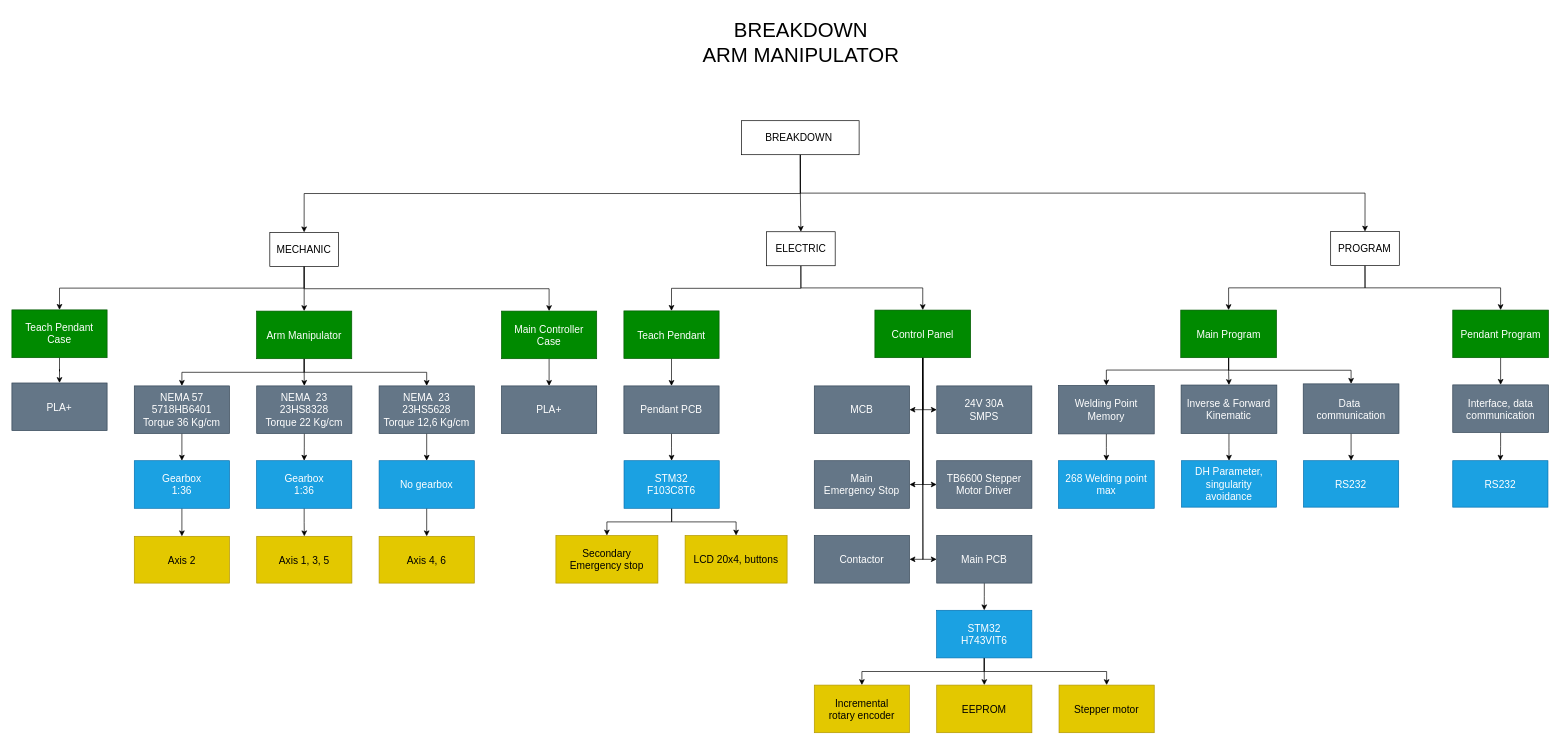
Before: Breakdown/Breakdown Arm Manipulator.drawio in AlfonsusGiovanni/Welding-Arm-Manipulator, a draw.io diagram. Source tidied: cells renumbered, new cells numbered last; positions are measured from the earlier drawing's top-left corner, leaving out a move shared by most shapes. Both pictures are drawn from the tidied source at 68%, with x=0, y=0 at pixel (12, 12).
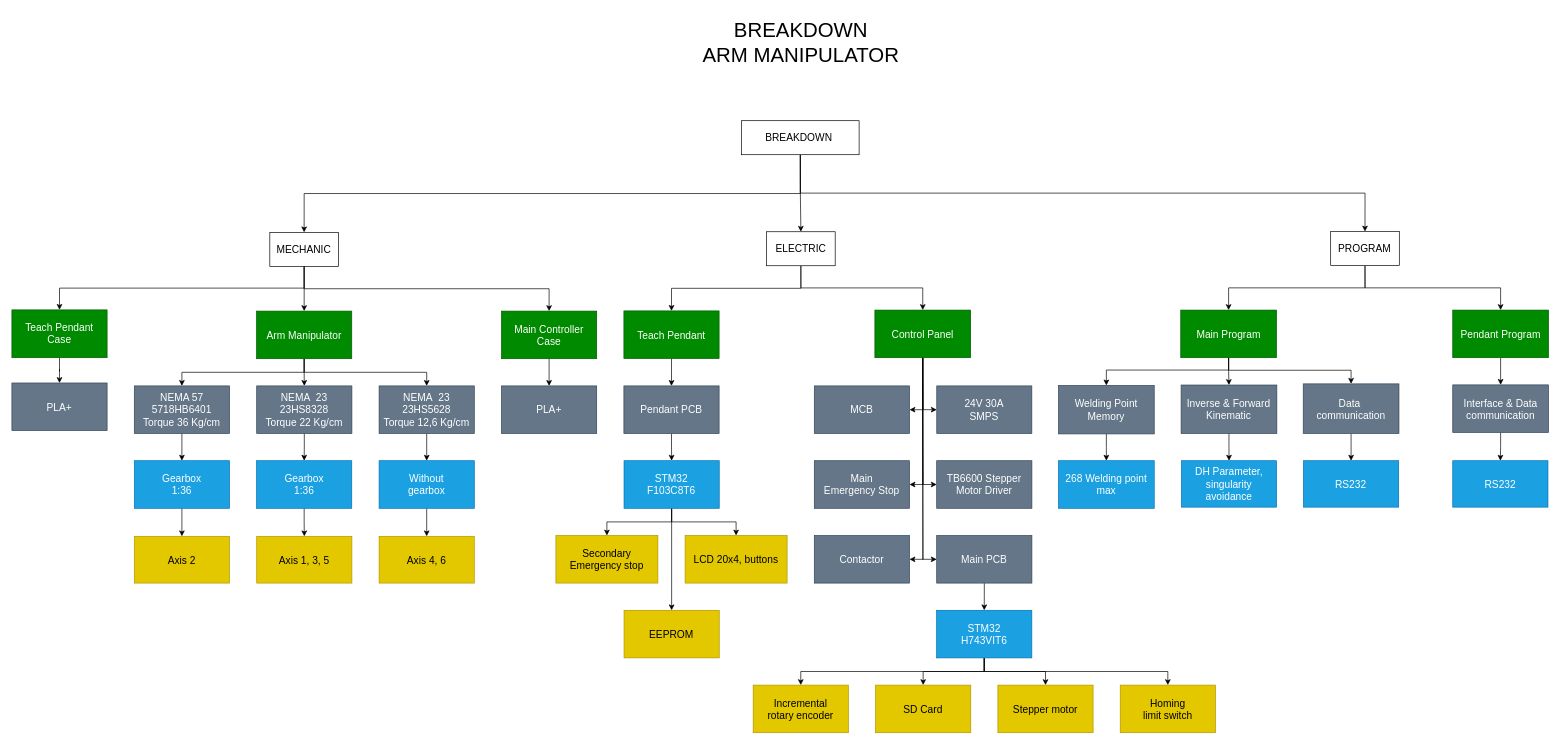
Above is the later version.

Unchanged cells that the change refers to:
```xml
<mxCell id="27" value="&lt;div style=&quot;font-size: 15px;&quot;&gt;STM32&lt;/div&gt;&lt;div style=&quot;font-size: 15px;&quot;&gt;F103C8T6&lt;/div&gt;" style="rounded=0;whiteSpace=wrap;html=1;fontSize=15;fillColor=#1ba1e2;fontColor=#ffffff;strokeColor=#006EAF;" parent="1" vertex="1">
  <mxGeometry x="900.2" y="660" width="140" height="70" as="geometry" />
</mxCell>
<mxCell id="39" value="&lt;div style=&quot;font-size: 15px;&quot;&gt;&lt;div&gt;STM32&lt;/div&gt;&lt;div&gt;H743VIT6&lt;/div&gt;&lt;/div&gt;" style="rounded=0;whiteSpace=wrap;html=1;fontSize=15;fillColor=#1ba1e2;fontColor=#ffffff;strokeColor=#006EAF;" parent="1" vertex="1">
  <mxGeometry x="1359.9" y="880" width="140" height="70" as="geometry" />
</mxCell>
```

The edit, as a diff of the source:
```diff
@@
+    <mxCell id="90" style="edgeStyle=orthogonalEdgeStyle;rounded=0;jettySize=auto;html=1;exitX=0.5;exitY=1;exitDx=0;exitDy=0;entryX=0.5;entryY=0;entryDx=0;entryDy=0;" parent="1" edge="1" source="27" target="92">
+      <mxGeometry relative="1" as="geometry" />
+    </mxCell>
@@
+    <mxCell id="91" style="edgeStyle=orthogonalEdgeStyle;rounded=0;jettySize=auto;html=1;exitX=0.5;exitY=1;exitDx=0;exitDy=0;entryX=0.5;entryY=0;entryDx=0;entryDy=0;" parent="1" edge="1" source="39" target="93">
+      <mxGeometry relative="1" as="geometry" />
+    </mxCell>
@@
-    <mxCell id="46" value="Interface, data communication" style="rounded=0;whiteSpace=wrap;html=1;fontSize=15;fillColor=#647687;fontColor=#ffffff;strokeColor=#314354;" parent="1" vertex="1">
+    <mxCell id="46" value="Interface &amp;amp;&amp;nbsp;&lt;span style=&quot;background-color: initial;&quot;&gt;Data communication&lt;/span&gt;" style="rounded=0;whiteSpace=wrap;html=1;fontSize=15;fillColor=#647687;fontColor=#ffffff;strokeColor=#314354;" parent="1" vertex="1">
       <mxGeometry x="2118.9" y="548.5" width="140.8" height="70" as="geometry" />
     </mxCell>
@@
     <mxCell id="58" value="&lt;div style=&quot;font-size: 15px;&quot;&gt;&lt;div&gt;Incremental&lt;/div&gt;&lt;div&gt;rotary e&lt;span style=&quot;background-color: initial;&quot;&gt;ncoder&lt;/span&gt;&lt;/div&gt;&lt;/div&gt;" style="rounded=0;whiteSpace=wrap;html=1;fontSize=15;fillColor=#e3c800;fontColor=#000000;strokeColor=#B09500;" parent="1" vertex="1">
-      <mxGeometry x="1180" y="990" width="140" height="70" as="geometry" />
+      <mxGeometry x="1090.1" y="990" width="140" height="70" as="geometry" />
     </mxCell>
-    <mxCell id="59" value="&lt;div style=&quot;font-size: 15px;&quot;&gt;&lt;div&gt;EEPROM&lt;/div&gt;&lt;/div&gt;" style="rounded=0;whiteSpace=wrap;html=1;fontSize=15;fillColor=#e3c800;fontColor=#000000;strokeColor=#B09500;" parent="1" vertex="1">
-      <mxGeometry x="1360" y="990" width="140" height="70" as="geometry" />
+    <mxCell id="59" value="&lt;div style=&quot;font-size: 15px;&quot;&gt;&lt;div&gt;SD Card&lt;/div&gt;&lt;/div&gt;" style="rounded=0;whiteSpace=wrap;html=1;fontSize=15;fillColor=#e3c800;fontColor=#000000;strokeColor=#B09500;" parent="1" vertex="1">
+      <mxGeometry x="1270.1" y="990" width="140" height="70" as="geometry" />
     </mxCell>
     <mxCell id="60" value="&lt;div style=&quot;font-size: 15px;&quot;&gt;&lt;div&gt;Stepper motor&lt;/div&gt;&lt;/div&gt;" style="rounded=0;whiteSpace=wrap;html=1;fontSize=15;fillColor=#e3c800;fontColor=#000000;strokeColor=#B09500;" parent="1" vertex="1">
-      <mxGeometry x="1539.9" y="990" width="140" height="70" as="geometry" />
+      <mxGeometry x="1450" y="990" width="140" height="70" as="geometry" />
     </mxCell>
@@
-    <mxCell id="84" value="No gearbox" style="rounded=0;whiteSpace=wrap;html=1;fontSize=15;fillColor=#1ba1e2;fontColor=#ffffff;strokeColor=#006EAF;" parent="1" vertex="1">
+    <mxCell id="84" value="Without&lt;div&gt;gearbox&lt;/div&gt;" style="rounded=0;whiteSpace=wrap;html=1;fontSize=15;fillColor=#1ba1e2;fontColor=#ffffff;strokeColor=#006EAF;" parent="1" vertex="1">
       <mxGeometry x="540" y="660" width="140" height="70" as="geometry" />
     </mxCell>
@@
+    <mxCell id="92" value="EEPROM" style="rounded=0;whiteSpace=wrap;html=1;fontSize=15;fillColor=#e3c800;fontColor=#000000;strokeColor=#B09500;" parent="1" vertex="1">
+      <mxGeometry x="900.2" y="880" width="140" height="70" as="geometry" />
+    </mxCell>
+    <mxCell id="93" value="&lt;div style=&quot;font-size: 15px;&quot;&gt;&lt;div&gt;Homing&lt;/div&gt;&lt;div&gt;limit switch&lt;/div&gt;&lt;/div&gt;" style="rounded=0;whiteSpace=wrap;html=1;fontSize=15;fillColor=#e3c800;fontColor=#000000;strokeColor=#B09500;" parent="1" vertex="1">
+      <mxGeometry x="1629.9" y="990" width="140" height="70" as="geometry" />
+    </mxCell>
```
